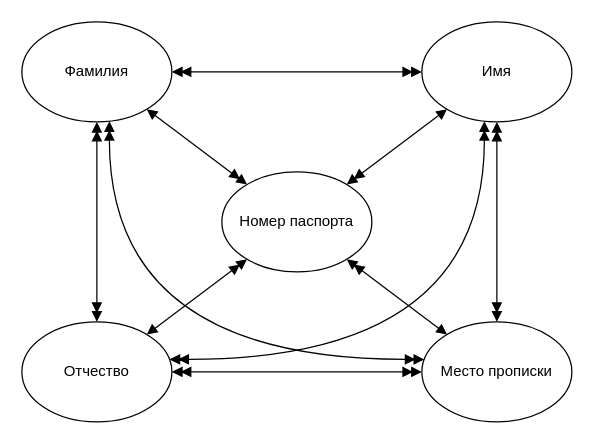
markov-avl/DatabaseDevelopmentTechnology keeps this draw.io diagram as coursework/graphics/client-attributes.drawio. Above is the earlier version. Source tidied: cells renumbered, new cells numbered last; positions are measured from the earlier drawing's top-left corner, leaving out a move shared by most shapes. Both pictures are drawn from the tidied source at 125%, with x=0, y=0 at pixel (21, 21).
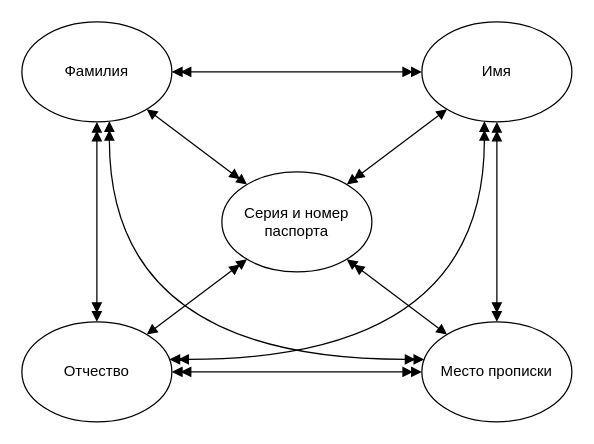
Above is the later version.

What changed in the source:
```diff
@@
 <mxGraphModel>
   <root>
     <mxCell id="0" />
     <mxCell id="1" parent="0" />
-    <mxCell id="2" value="Номер паспорта" style="ellipse;whiteSpace=wrap;html=1;" parent="1" vertex="1">
+    <mxCell id="2" value="Серия и номер паспорта" style="ellipse;whiteSpace=wrap;html=1;" parent="1" vertex="1">
       <mxGeometry x="160" y="120" width="120" height="80" as="geometry" />
     </mxCell>
     <mxCell id="3" value="Фамилия" style="ellipse;whiteSpace=wrap;html=1;" parent="1" vertex="1">
       <mxGeometry width="120" height="80" as="geometry" />
     </mxCell>
     <mxCell id="4" value="Имя" style="ellipse;whiteSpace=wrap;html=1;" parent="1" vertex="1">
       <mxGeometry x="320" width="120" height="80" as="geometry" />
     </mxCell>
     <mxCell id="5" value="Отчество" style="ellipse;whiteSpace=wrap;html=1;" parent="1" vertex="1">
       <mxGeometry y="240" width="120" height="80" as="geometry" />
     </mxCell>
     <mxCell id="6" value="Место прописки" style="ellipse;whiteSpace=wrap;html=1;" parent="1" vertex="1">
       <mxGeometry x="320" y="240" width="120" height="80" as="geometry" />
     </mxCell>
     <mxCell id="7" style="endArrow=block;html=1;rounded=0;endFill=1;startArrow=doubleBlock;startFill=1;" parent="1" edge="1" source="2" target="3">
       <mxGeometry relative="1" as="geometry" />
     </mxCell>
     <mxCell id="8" style="endArrow=block;html=1;rounded=0;endFill=1;startArrow=doubleBlock;startFill=1;" parent="1" edge="1" source="2" target="4">
       <mxGeometry relative="1" as="geometry" />
     </mxCell>
     <mxCell id="9" style="endArrow=block;html=1;rounded=0;endFill=1;startArrow=doubleBlock;startFill=1;" parent="1" edge="1" source="2" target="6">
       <mxGeometry relative="1" as="geometry" />
     </mxCell>
     <mxCell id="10" style="endArrow=block;html=1;rounded=0;endFill=1;startArrow=doubleBlock;startFill=1;" parent="1" edge="1" source="2" target="5">
       <mxGeometry relative="1" as="geometry" />
     </mxCell>
     <mxCell id="11" style="endArrow=doubleBlock;html=1;rounded=0;endFill=1;startArrow=doubleBlock;startFill=1;" parent="1" edge="1" source="6" target="4">
       <mxGeometry relative="1" as="geometry" />
     </mxCell>
     <mxCell id="12" style="endArrow=doubleBlock;html=1;rounded=0;endFill=1;startArrow=doubleBlock;startFill=1;" parent="1" edge="1" source="6" target="5">
       <mxGeometry relative="1" as="geometry" />
     </mxCell>
     <mxCell id="13" style="endArrow=doubleBlock;html=1;rounded=0;endFill=1;startArrow=doubleBlock;startFill=1;" parent="1" edge="1" source="3" target="5">
       <mxGeometry relative="1" as="geometry" />
     </mxCell>
     <mxCell id="14" style="endArrow=doubleBlock;html=1;rounded=0;endFill=1;startArrow=doubleBlock;startFill=1;" parent="1" edge="1" source="3" target="4">
       <mxGeometry relative="1" as="geometry" />
     </mxCell>
     <mxCell id="15" style="endArrow=doubleBlock;html=1;rounded=0;endFill=1;startArrow=doubleBlock;startFill=1;edgeStyle=orthogonalEdgeStyle;curved=1;" parent="1" edge="1" source="5" target="4">
       <mxGeometry relative="1" as="geometry">
         <Array as="points">
           <mxPoint x="370" y="270" />
         </Array>
       </mxGeometry>
     </mxCell>
     <mxCell id="16" style="endArrow=doubleBlock;html=1;rounded=0;endFill=1;startArrow=doubleBlock;startFill=1;edgeStyle=orthogonalEdgeStyle;curved=1;" parent="1" edge="1" source="6" target="3">
       <mxGeometry relative="1" as="geometry">
         <Array as="points">
           <mxPoint x="70" y="270" />
         </Array>
       </mxGeometry>
     </mxCell>
   </root>
 </mxGraphModel>
```
